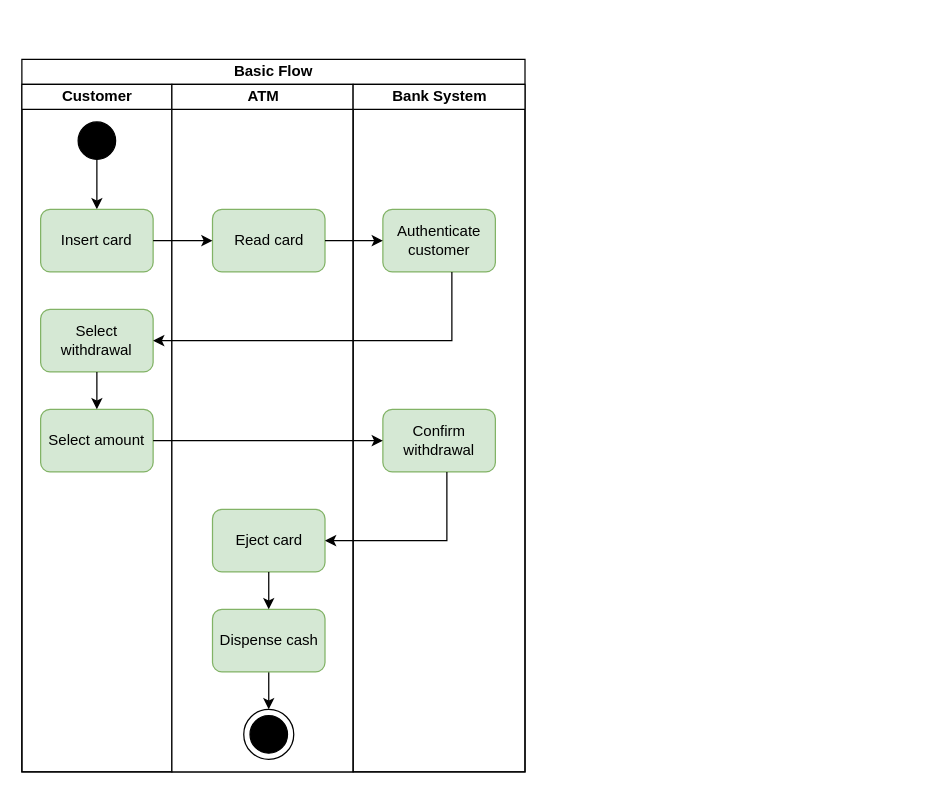
krenat19/restaurant-flowchart keeps this draw.io diagram as Untitled Diagram.drawio. Above is the earlier version. Source tidied: cells renumbered, new cells numbered last; positions are measured from the earlier drawing's top-left corner, leaving out a move shared by most shapes. Both pictures are drawn from the tidied source at 125%, with x=0, y=0 at pixel (21, 59).
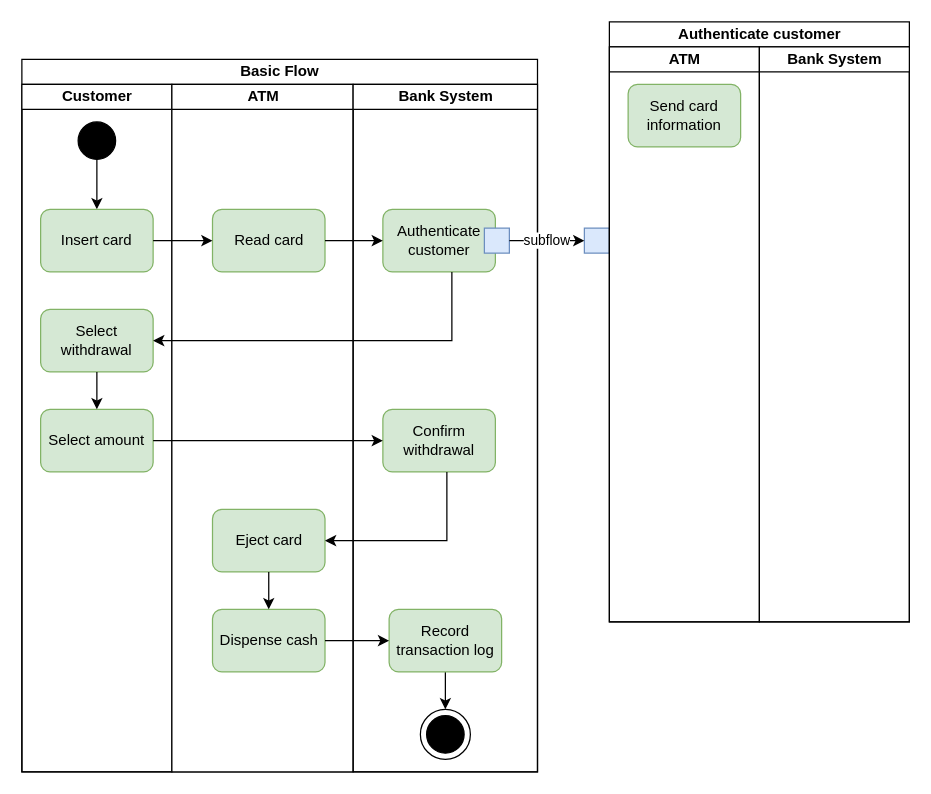
After the change.

The change refers to these unchanged cells:
```xml
<mxCell id="10" value="ATM" style="swimlane;html=1;startSize=20;fillColor=#FFFFFF;swimlaneFillColor=#ffffff;" parent="2" vertex="1">
  <mxGeometry x="120" y="20" width="145" height="550" as="geometry" />
</mxCell>
<mxCell id="14" value="Dispense cash" style="rounded=1;whiteSpace=wrap;html=1;fillColor=#d5e8d4;strokeColor=#82b366;" parent="10" vertex="1">
  <mxGeometry x="32.5" y="420" width="90" height="50" as="geometry" />
</mxCell>
```

Diff of the diagram source:
```diff
@@
     <mxCell id="2" value="Basic Flow" style="swimlane;html=1;startSize=20;swimlaneFillColor=#ffffff;" parent="1" vertex="1">
-      <mxGeometry width="402.5" height="570" as="geometry" />
+      <mxGeometry width="412.5" height="570" as="geometry" />
     </mxCell>
@@
-    <mxCell id="13" style="edgeStyle=orthogonalEdgeStyle;rounded=0;jettySize=auto;html=1;exitX=0.5;exitY=1;exitDx=0;exitDy=0;entryX=0.5;entryY=0;entryDx=0;entryDy=0;" parent="10" edge="1" source="14">
-      <mxGeometry relative="1" as="geometry">
-        <mxPoint x="77.5" y="500" as="targetPoint" />
-      </mxGeometry>
-    </mxCell>
@@
-    <mxCell id="16" style="ellipse;whiteSpace=wrap;html=1;strokeColor=#000000;gradientColor=none;fillColor=#FFFFFF;" parent="10" vertex="1">
-      <mxGeometry x="57.5" y="500" width="40" height="40" as="geometry" />
-    </mxCell>
-    <mxCell id="17" style="ellipse;whiteSpace=wrap;html=1;strokeColor=#000000;gradientColor=none;fillColor=#000000;" parent="10" vertex="1">
-      <mxGeometry x="62.5" y="505" width="30" height="30" as="geometry" />
-    </mxCell>
     <mxCell id="18" value="Bank System" style="swimlane;html=1;startSize=20;" parent="2" vertex="1">
-      <mxGeometry x="265" y="20" width="137.5" height="550" as="geometry" />
+      <mxGeometry x="265" y="20" width="147.5" height="550" as="geometry" />
     </mxCell>
@@
+    <mxCell id="26" style="edgeStyle=orthogonalEdgeStyle;rounded=0;jettySize=auto;html=1;exitX=0.5;exitY=1;exitDx=0;exitDy=0;" parent="18" edge="1" source="27" target="16">
+      <mxGeometry relative="1" as="geometry" />
+    </mxCell>
+    <mxCell id="27" value="Record transaction log" style="rounded=1;whiteSpace=wrap;html=1;fillColor=#d5e8d4;strokeColor=#82b366;" parent="18" vertex="1">
+      <mxGeometry x="28.8" y="420" width="90" height="50" as="geometry" />
+    </mxCell>
+    <mxCell id="16" style="ellipse;whiteSpace=wrap;html=1;strokeColor=#000000;gradientColor=none;fillColor=#FFFFFF;" parent="18" vertex="1">
+      <mxGeometry x="53.8" y="500" width="40" height="40" as="geometry" />
+    </mxCell>
+    <mxCell id="17" style="ellipse;whiteSpace=wrap;html=1;strokeColor=#000000;gradientColor=none;fillColor=#000000;" parent="18" vertex="1">
+      <mxGeometry x="58.8" y="505" width="30" height="30" as="geometry" />
+    </mxCell>
+    <mxCell id="28" style="rounded=0;whiteSpace=wrap;html=1;fillColor=#dae8fc;strokeColor=#6c8ebf;" parent="18" vertex="1">
+      <mxGeometry x="105" y="115" width="20" height="20" as="geometry" />
+    </mxCell>
@@
+    <mxCell id="29" style="edgeStyle=orthogonalEdgeStyle;rounded=0;jettySize=auto;html=1;" parent="2" edge="1" source="14" target="27">
+      <mxGeometry relative="1" as="geometry" />
+    </mxCell>
+    <mxCell id="30" style="rounded=0;whiteSpace=wrap;html=1;fillColor=#dae8fc;strokeColor=#6c8ebf;" parent="1" vertex="1">
+      <mxGeometry x="450" y="135" width="20" height="20" as="geometry" />
+    </mxCell>
+    <mxCell id="31" value="subflow" style="edgeStyle=orthogonalEdgeStyle;rounded=0;jettySize=auto;html=1;exitX=1;exitY=0.5;exitDx=0;exitDy=0;entryX=0;entryY=0.5;entryDx=0;entryDy=0;" parent="1" edge="1" source="28" target="30">
+      <mxGeometry relative="1" as="geometry" />
+    </mxCell>
+    <mxCell id="32" value="Authenticate customer" style="swimlane;html=1;startSize=20;" parent="1" vertex="1">
+      <mxGeometry x="470" y="-30" width="240" height="480" as="geometry" />
+    </mxCell>
+    <mxCell id="33" value="ATM" style="swimlane;html=1;startSize=20;" parent="32" vertex="1">
+      <mxGeometry y="20" width="120" height="460" as="geometry" />
+    </mxCell>
+    <mxCell id="34" value="Send card information" style="rounded=1;whiteSpace=wrap;html=1;fillColor=#d5e8d4;strokeColor=#82b366;" parent="33" vertex="1">
+      <mxGeometry x="15" y="30" width="90" height="50" as="geometry" />
+    </mxCell>
+    <mxCell id="35" value="Bank System" style="swimlane;html=1;startSize=20;" parent="32" vertex="1">
+      <mxGeometry x="120" y="20" width="120" height="460" as="geometry" />
+    </mxCell>
```
